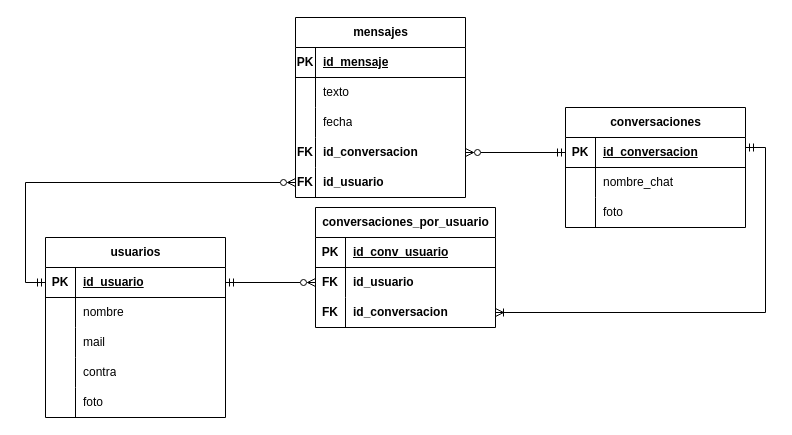
This is docs/DER-tp integrador-gr12.drawio from PioIX/2026_TPIN2_G12, a draw.io file, before an edit. Source tidied: cells renumbered, new cells numbered last; positions are measured from the earlier drawing's top-left corner, leaving out a move shared by most shapes. Both pictures are drawn from the tidied source at 100%, with x=0, y=0 at pixel (45, 17).
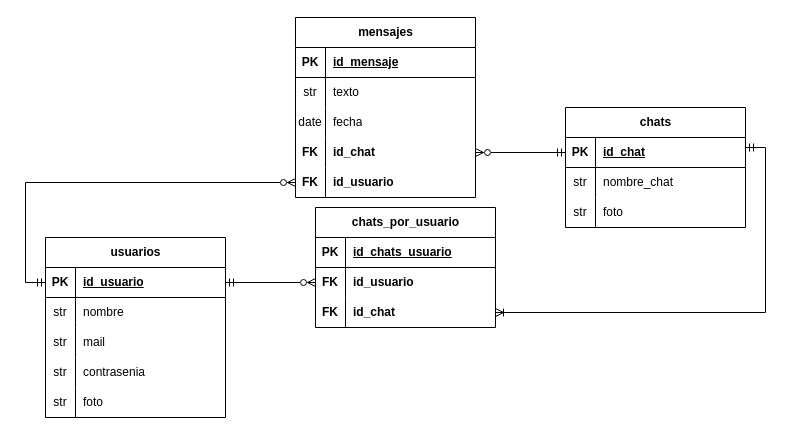
The same page after the edit.

The change refers to these unchanged cells:
```xml
<mxCell id="3" style="shape=tableRow;horizontal=0;startSize=0;swimlaneHead=0;swimlaneBody=0;fillColor=none;points=[[0,0.5],[1,0.5]];portConstraint=eastwest;top=0;left=0;right=0;bottom=1;" parent="2" vertex="1">
  <mxGeometry y="30" width="180" height="30" as="geometry" />
</mxCell>
<mxCell id="6" style="shape=tableRow;horizontal=0;startSize=0;swimlaneHead=0;swimlaneBody=0;fillColor=none;top=0;left=0;right=0;bottom=0;" parent="2" vertex="1">
  <mxGeometry y="60" width="180" height="30" as="geometry" />
</mxCell>
<mxCell id="9" style="shape=tableRow;horizontal=0;startSize=0;swimlaneHead=0;swimlaneBody=0;fillColor=none;top=0;left=0;right=0;bottom=0;" parent="2" vertex="1">
  <mxGeometry y="90" width="180" height="30" as="geometry" />
</mxCell>
<mxCell id="16" style="shape=tableRow;horizontal=0;startSize=0;swimlaneHead=0;swimlaneBody=0;fillColor=none;top=0;left=0;right=0;bottom=0;" parent="12" vertex="1">
  <mxGeometry y="60" width="180" height="30" as="geometry" />
</mxCell>
<mxCell id="19" style="shape=tableRow;horizontal=0;startSize=0;swimlaneHead=0;swimlaneBody=0;fillColor=none;top=0;left=0;right=0;bottom=0;" parent="12" vertex="1">
  <mxGeometry y="90" width="180" height="30" as="geometry" />
</mxCell>
<mxCell id="22" style="shape=tableRow;horizontal=0;startSize=0;swimlaneHead=0;swimlaneBody=0;fillColor=none;top=0;left=0;right=0;bottom=0;" parent="12" vertex="1">
  <mxGeometry y="120" width="180" height="30" as="geometry" />
</mxCell>
<mxCell id="25" style="shape=tableRow;horizontal=0;startSize=0;swimlaneHead=0;swimlaneBody=0;fillColor=none;top=0;left=0;right=0;bottom=0;" parent="12" vertex="1">
  <mxGeometry y="150" width="180" height="30" as="geometry" />
</mxCell>
<mxCell id="47" style="shape=tableRow;horizontal=0;startSize=0;swimlaneHead=0;swimlaneBody=0;fillColor=none;top=0;left=0;right=0;bottom=1;" parent="46" vertex="1">
  <mxGeometry y="30" width="180" height="30" as="geometry" />
</mxCell>
<mxCell id="53" style="shape=tableRow;horizontal=0;startSize=0;swimlaneHead=0;swimlaneBody=0;fillColor=none;points=[[0,0.5],[1,0.5]];portConstraint=eastwest;top=0;left=0;right=0;bottom=0;" parent="46" vertex="1">
  <mxGeometry y="90" width="180" height="30" as="geometry" />
</mxCell>
```

The edit, as a diff of the source:
```diff
@@
-    <mxCell id="2" value="conversaciones" style="shape=table;startSize=30;childLayout=tableLayout;rowLines=0;fontStyle=1;align=center;html=1;" parent="1" vertex="1">
+    <mxCell id="2" value="chats" style="shape=table;startSize=30;childLayout=tableLayout;rowLines=0;fontStyle=1;align=center;html=1;" parent="1" vertex="1">
       <mxGeometry x="520" y="90" width="180" height="120" as="geometry" />
     </mxCell>
@@
-    <mxCell id="5" value="id_conversacion" style="shape=partialRectangle;fillColor=none;top=0;left=0;bottom=0;right=0;align=left;spacingLeft=6;fontStyle=5;overflow=hidden;whiteSpace=wrap;html=1;" parent="3" vertex="1">
+    <mxCell id="5" value="id_chat" style="shape=partialRectangle;fillColor=none;top=0;left=0;bottom=0;right=0;align=left;spacingLeft=6;fontStyle=5;overflow=hidden;whiteSpace=wrap;html=1;" parent="3" vertex="1">
       <mxGeometry x="30" width="150" height="30" as="geometry" />
     </mxCell>
@@
-    <mxCell id="7" style="shape=partialRectangle;fillColor=none;top=0;left=0;bottom=0;right=0;overflow=hidden;whiteSpace=wrap;html=1;" parent="6" vertex="1">
+    <mxCell id="7" value="str" style="shape=partialRectangle;fillColor=none;top=0;left=0;bottom=0;right=0;overflow=hidden;whiteSpace=wrap;html=1;" parent="6" vertex="1">
       <mxGeometry width="30" height="30" as="geometry" />
     </mxCell>
@@
-    <mxCell id="10" style="shape=partialRectangle;fillColor=none;top=0;left=0;bottom=0;right=0;overflow=hidden;whiteSpace=wrap;html=1;" parent="9" vertex="1">
+    <mxCell id="10" value="str" style="shape=partialRectangle;fillColor=none;top=0;left=0;bottom=0;right=0;overflow=hidden;whiteSpace=wrap;html=1;" parent="9" vertex="1">
       <mxGeometry width="30" height="30" as="geometry" />
     </mxCell>
@@
-    <mxCell id="17" style="shape=partialRectangle;fillColor=none;top=0;left=0;bottom=0;right=0;overflow=hidden;whiteSpace=wrap;html=1;" parent="16" vertex="1">
+    <mxCell id="17" value="str" style="shape=partialRectangle;fillColor=none;top=0;left=0;bottom=0;right=0;overflow=hidden;whiteSpace=wrap;html=1;" parent="16" vertex="1">
       <mxGeometry width="30" height="30" as="geometry" />
     </mxCell>
@@
-    <mxCell id="20" style="shape=partialRectangle;fillColor=none;top=0;left=0;bottom=0;right=0;overflow=hidden;whiteSpace=wrap;html=1;" parent="19" vertex="1">
+    <mxCell id="20" value="str" style="shape=partialRectangle;fillColor=none;top=0;left=0;bottom=0;right=0;overflow=hidden;whiteSpace=wrap;html=1;" parent="19" vertex="1">
       <mxGeometry width="30" height="30" as="geometry" />
     </mxCell>
@@
-    <mxCell id="23" style="shape=partialRectangle;fillColor=none;top=0;left=0;bottom=0;right=0;overflow=hidden;whiteSpace=wrap;html=1;" parent="22" vertex="1">
+    <mxCell id="23" value="str" style="shape=partialRectangle;fillColor=none;top=0;left=0;bottom=0;right=0;overflow=hidden;whiteSpace=wrap;html=1;" parent="22" vertex="1">
       <mxGeometry width="30" height="30" as="geometry" />
     </mxCell>
-    <mxCell id="24" value="contra" style="shape=partialRectangle;fillColor=none;top=0;left=0;bottom=0;right=0;align=left;spacingLeft=6;overflow=hidden;whiteSpace=wrap;html=1;" parent="22" vertex="1">
+    <mxCell id="24" value="contrasenia" style="shape=partialRectangle;fillColor=none;top=0;left=0;bottom=0;right=0;align=left;spacingLeft=6;overflow=hidden;whiteSpace=wrap;html=1;" parent="22" vertex="1">
       <mxGeometry x="30" width="150" height="30" as="geometry" />
     </mxCell>
@@
-    <mxCell id="26" style="shape=partialRectangle;fillColor=none;top=0;left=0;bottom=0;right=0;overflow=hidden;whiteSpace=wrap;html=1;" parent="25" vertex="1">
+    <mxCell id="26" value="str" style="shape=partialRectangle;fillColor=none;top=0;left=0;bottom=0;right=0;overflow=hidden;whiteSpace=wrap;html=1;" parent="25" vertex="1">
       <mxGeometry width="30" height="30" as="geometry" />
     </mxCell>
@@
     <mxCell id="28" value="mensajes" style="shape=table;startSize=30;childLayout=tableLayout;rowLines=0;fontStyle=1;align=center;html=1;" parent="1" vertex="1">
-      <mxGeometry x="250" width="170" height="180" as="geometry" />
+      <mxGeometry x="250" width="180" height="180" as="geometry" />
     </mxCell>
     <mxCell id="29" style="shape=tableRow;horizontal=0;startSize=0;swimlaneHead=0;swimlaneBody=0;fillColor=none;top=0;left=0;right=0;bottom=1;" parent="28" vertex="1">
-      <mxGeometry y="30" width="170" height="30" as="geometry" />
+      <mxGeometry y="30" width="180" height="30" as="geometry" />
     </mxCell>
     <mxCell id="30" value="PK" style="shape=partialRectangle;fillColor=none;top=0;left=0;bottom=0;right=0;fontStyle=1;overflow=hidden;whiteSpace=wrap;html=1;" parent="29" vertex="1">
-      <mxGeometry width="20" height="30" as="geometry" />
+      <mxGeometry width="30" height="30" as="geometry" />
     </mxCell>
     <mxCell id="31" value="id_mensaje" style="shape=partialRectangle;fillColor=none;top=0;left=0;bottom=0;right=0;align=left;spacingLeft=6;fontStyle=5;overflow=hidden;whiteSpace=wrap;html=1;" parent="29" vertex="1">
-      <mxGeometry x="20" width="150" height="30" as="geometry" />
+      <mxGeometry x="30" width="150" height="30" as="geometry" />
     </mxCell>
     <mxCell id="32" style="shape=tableRow;horizontal=0;startSize=0;swimlaneHead=0;swimlaneBody=0;fillColor=none;top=0;left=0;right=0;bottom=0;" parent="28" vertex="1">
-      <mxGeometry y="60" width="170" height="30" as="geometry" />
+      <mxGeometry y="60" width="180" height="30" as="geometry" />
     </mxCell>
-    <mxCell id="33" style="shape=partialRectangle;fillColor=none;top=0;left=0;bottom=0;right=0;overflow=hidden;whiteSpace=wrap;html=1;" parent="32" vertex="1">
-      <mxGeometry width="20" height="30" as="geometry" />
+    <mxCell id="33" value="str" style="shape=partialRectangle;fillColor=none;top=0;left=0;bottom=0;right=0;overflow=hidden;whiteSpace=wrap;html=1;" parent="32" vertex="1">
+      <mxGeometry width="30" height="30" as="geometry" />
     </mxCell>
     <mxCell id="34" value="texto" style="shape=partialRectangle;fillColor=none;top=0;left=0;bottom=0;right=0;align=left;spacingLeft=6;overflow=hidden;whiteSpace=wrap;html=1;" parent="32" vertex="1">
-      <mxGeometry x="20" width="150" height="30" as="geometry" />
+      <mxGeometry x="30" width="150" height="30" as="geometry" />
     </mxCell>
     <mxCell id="35" style="shape=tableRow;horizontal=0;startSize=0;swimlaneHead=0;swimlaneBody=0;fillColor=none;top=0;left=0;right=0;bottom=0;" parent="28" vertex="1">
-      <mxGeometry y="90" width="170" height="30" as="geometry" />
+      <mxGeometry y="90" width="180" height="30" as="geometry" />
     </mxCell>
-    <mxCell id="36" style="shape=partialRectangle;fillColor=none;top=0;left=0;bottom=0;right=0;overflow=hidden;whiteSpace=wrap;html=1;" parent="35" vertex="1">
-      <mxGeometry width="20" height="30" as="geometry" />
+    <mxCell id="36" value="date" style="shape=partialRectangle;fillColor=none;top=0;left=0;bottom=0;right=0;overflow=hidden;whiteSpace=wrap;html=1;" parent="35" vertex="1">
+      <mxGeometry width="30" height="30" as="geometry" />
     </mxCell>
     <mxCell id="37" value="fecha" style="shape=partialRectangle;fillColor=none;top=0;left=0;bottom=0;right=0;align=left;spacingLeft=6;overflow=hidden;whiteSpace=wrap;html=1;" parent="35" vertex="1">
-      <mxGeometry x="20" width="150" height="30" as="geometry" />
+      <mxGeometry x="30" width="150" height="30" as="geometry" />
     </mxCell>
     <mxCell id="38" style="shape=tableRow;horizontal=0;startSize=0;swimlaneHead=0;swimlaneBody=0;fillColor=none;points=[[0,0.5],[1,0.5]];portConstraint=eastwest;top=0;left=0;right=0;bottom=0;" parent="28" vertex="1">
-      <mxGeometry y="120" width="170" height="30" as="geometry" />
+      <mxGeometry y="120" width="180" height="30" as="geometry" />
     </mxCell>
     <mxCell id="39" value="&lt;b&gt;FK&lt;/b&gt;" style="shape=partialRectangle;fillColor=none;top=0;left=0;bottom=0;right=0;overflow=hidden;whiteSpace=wrap;html=1;" parent="38" vertex="1">
-      <mxGeometry width="20" height="30" as="geometry" />
+      <mxGeometry width="30" height="30" as="geometry" />
     </mxCell>
-    <mxCell id="40" value="&lt;b&gt;id_conversacion&lt;/b&gt;" style="shape=partialRectangle;fillColor=none;top=0;left=0;bottom=0;right=0;align=left;spacingLeft=6;overflow=hidden;whiteSpace=wrap;html=1;" parent="38" vertex="1">
-      <mxGeometry x="20" width="150" height="30" as="geometry" />
+    <mxCell id="40" value="&lt;b&gt;id_chat&lt;/b&gt;" style="shape=partialRectangle;fillColor=none;top=0;left=0;bottom=0;right=0;align=left;spacingLeft=6;overflow=hidden;whiteSpace=wrap;html=1;" parent="38" vertex="1">
+      <mxGeometry x="30" width="150" height="30" as="geometry" />
     </mxCell>
     <mxCell id="41" style="shape=tableRow;horizontal=0;startSize=0;swimlaneHead=0;swimlaneBody=0;fillColor=none;points=[[0,0.5],[1,0.5]];portConstraint=eastwest;top=0;left=0;right=0;bottom=0;" parent="28" vertex="1">
-      <mxGeometry y="150" width="170" height="30" as="geometry" />
+      <mxGeometry y="150" width="180" height="30" as="geometry" />
     </mxCell>
     <mxCell id="42" value="&lt;b&gt;FK&lt;/b&gt;" style="shape=partialRectangle;fillColor=none;top=0;left=0;bottom=0;right=0;overflow=hidden;whiteSpace=wrap;html=1;" parent="41" vertex="1">
-      <mxGeometry width="20" height="30" as="geometry" />
+      <mxGeometry width="30" height="30" as="geometry" />
     </mxCell>
     <mxCell id="43" value="&lt;b&gt;id_usuario&lt;/b&gt;" style="shape=partialRectangle;fillColor=none;top=0;left=0;bottom=0;right=0;align=left;spacingLeft=6;overflow=hidden;whiteSpace=wrap;html=1;" parent="41" vertex="1">
-      <mxGeometry x="20" width="150" height="30" as="geometry" />
+      <mxGeometry x="30" width="150" height="30" as="geometry" />
     </mxCell>
@@
-    <mxCell id="46" value="conversaciones_por_usuario" style="shape=table;startSize=30;childLayout=tableLayout;rowLines=0;fontStyle=1;align=center;html=1;" parent="1" vertex="1">
+    <mxCell id="46" value="chats_por_usuario" style="shape=table;startSize=30;childLayout=tableLayout;rowLines=0;fontStyle=1;align=center;html=1;" parent="1" vertex="1">
       <mxGeometry x="270" y="190" width="180" height="120" as="geometry" />
     </mxCell>
@@
-    <mxCell id="49" value="id_conv_usuario" style="shape=partialRectangle;fillColor=none;top=0;left=0;bottom=0;right=0;align=left;spacingLeft=6;fontStyle=5;overflow=hidden;whiteSpace=wrap;html=1;" parent="47" vertex="1">
+    <mxCell id="49" value="id_chats_usuario" style="shape=partialRectangle;fillColor=none;top=0;left=0;bottom=0;right=0;align=left;spacingLeft=6;fontStyle=5;overflow=hidden;whiteSpace=wrap;html=1;" parent="47" vertex="1">
       <mxGeometry x="30" width="150" height="30" as="geometry" />
     </mxCell>
@@
-    <mxCell id="55" value="&lt;b&gt;id_conversacion&lt;/b&gt;" style="shape=partialRectangle;fillColor=none;top=0;left=0;bottom=0;right=0;align=left;spacingLeft=6;overflow=hidden;whiteSpace=wrap;html=1;" parent="53" vertex="1">
+    <mxCell id="55" value="&lt;b&gt;id_chat&lt;/b&gt;" style="shape=partialRectangle;fillColor=none;top=0;left=0;bottom=0;right=0;align=left;spacingLeft=6;overflow=hidden;whiteSpace=wrap;html=1;" parent="53" vertex="1">
       <mxGeometry x="30" width="150" height="30" as="geometry" />
     </mxCell>
```
